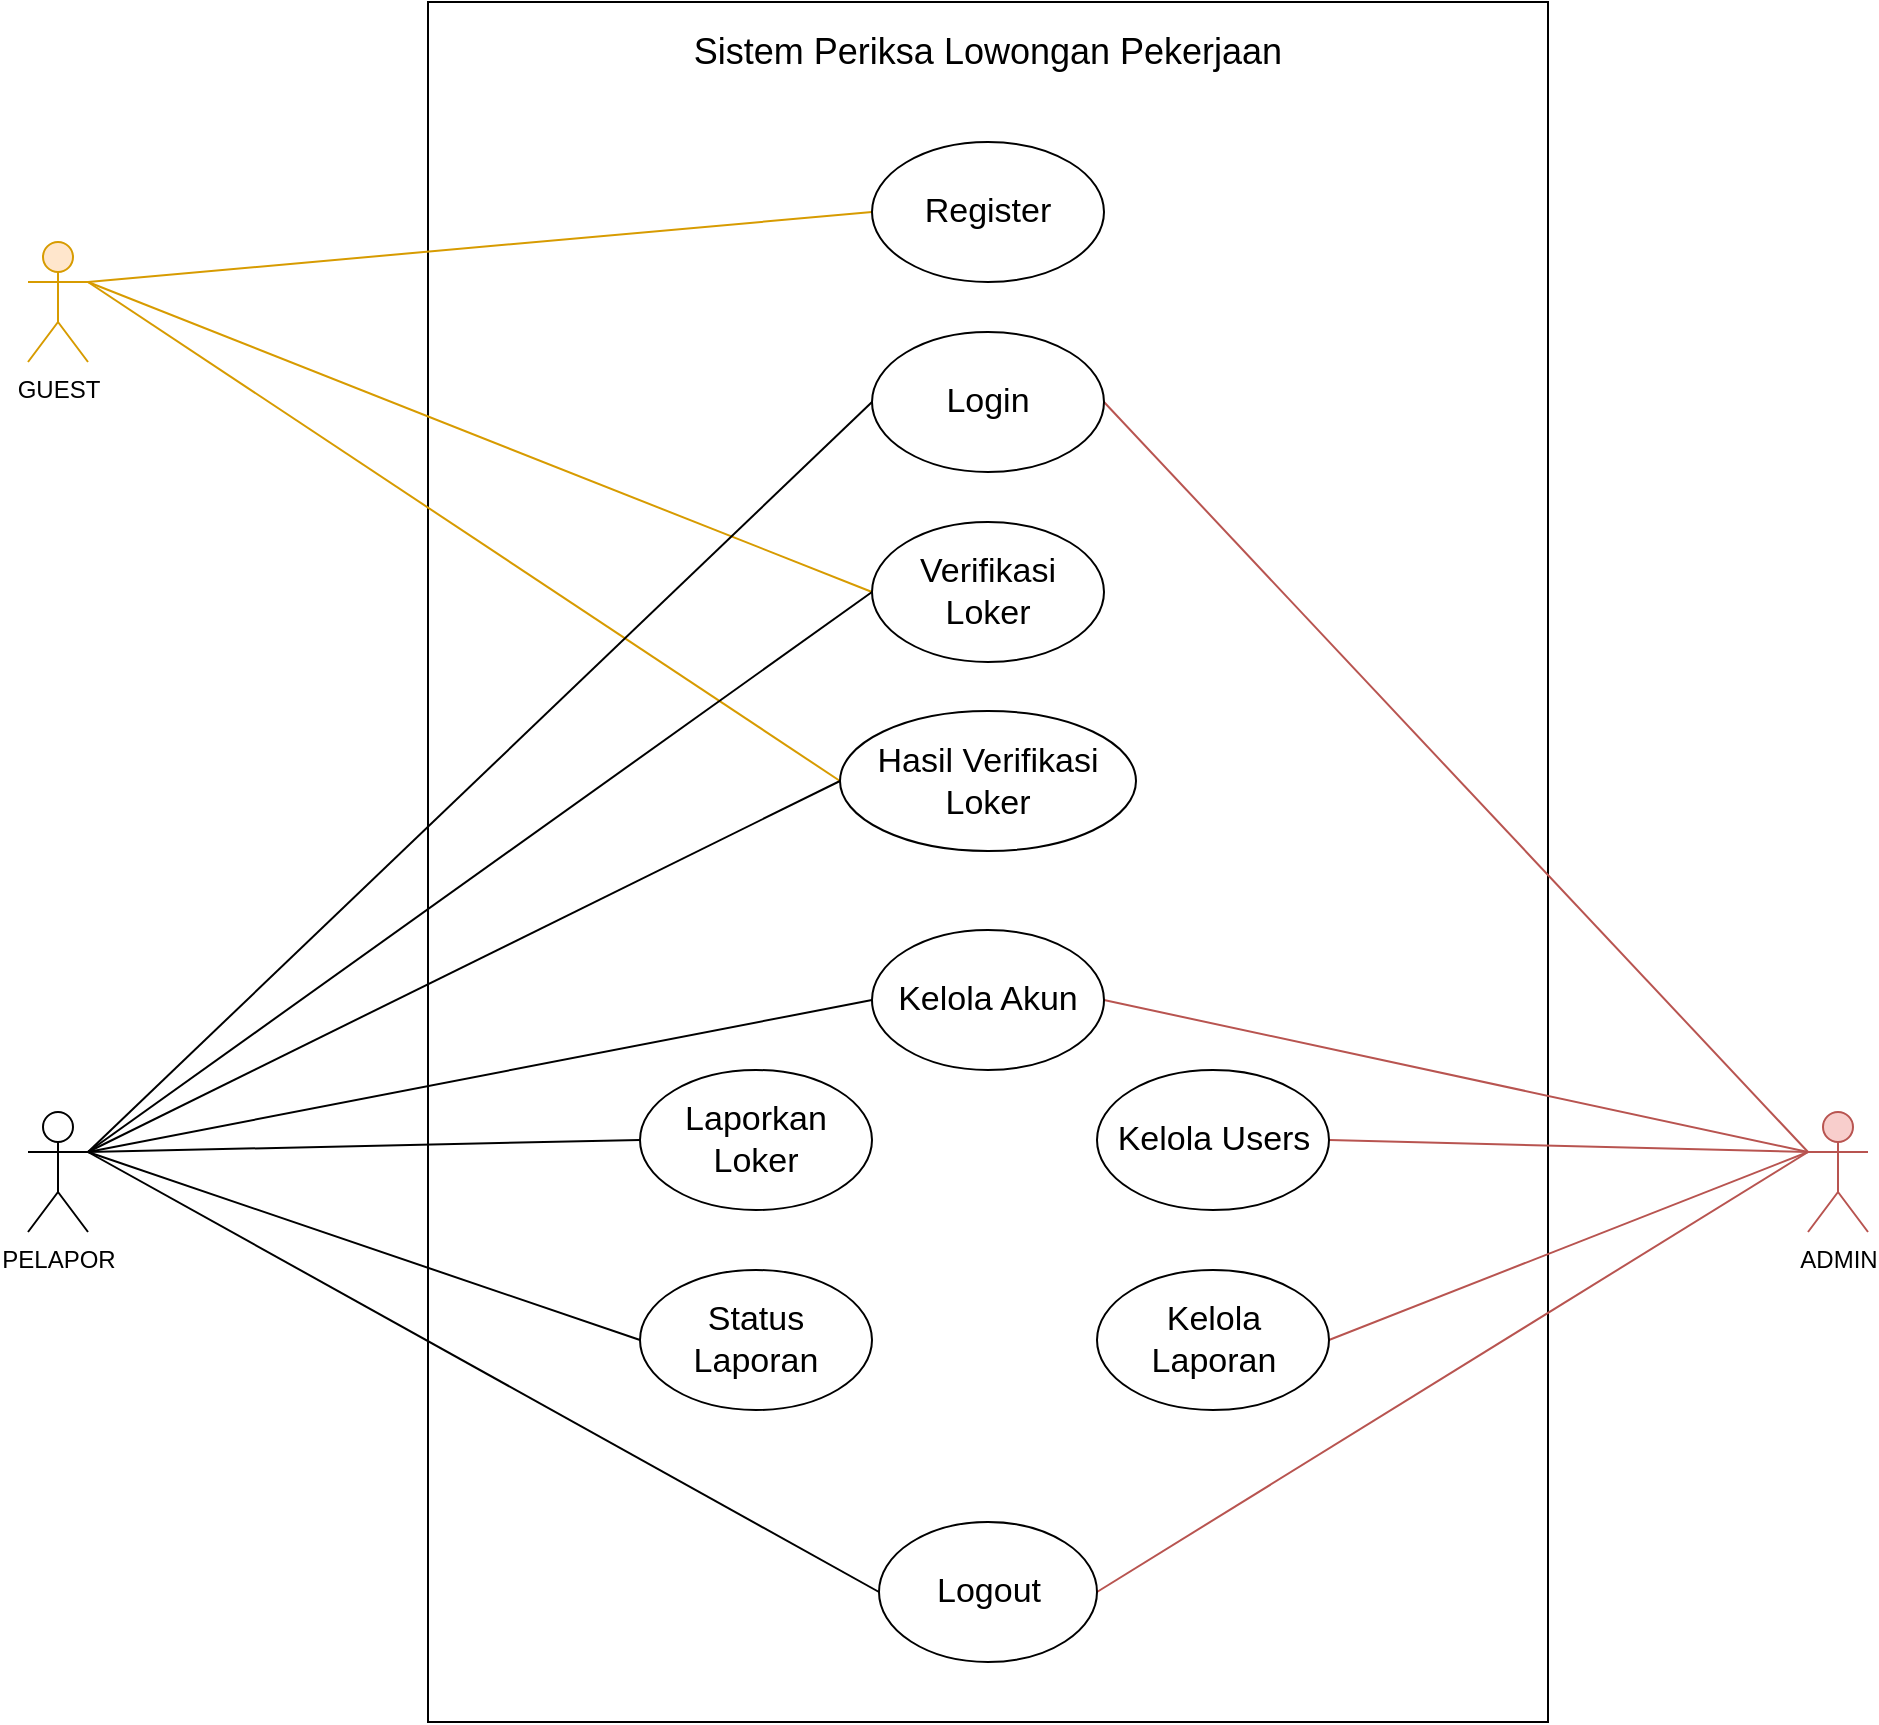
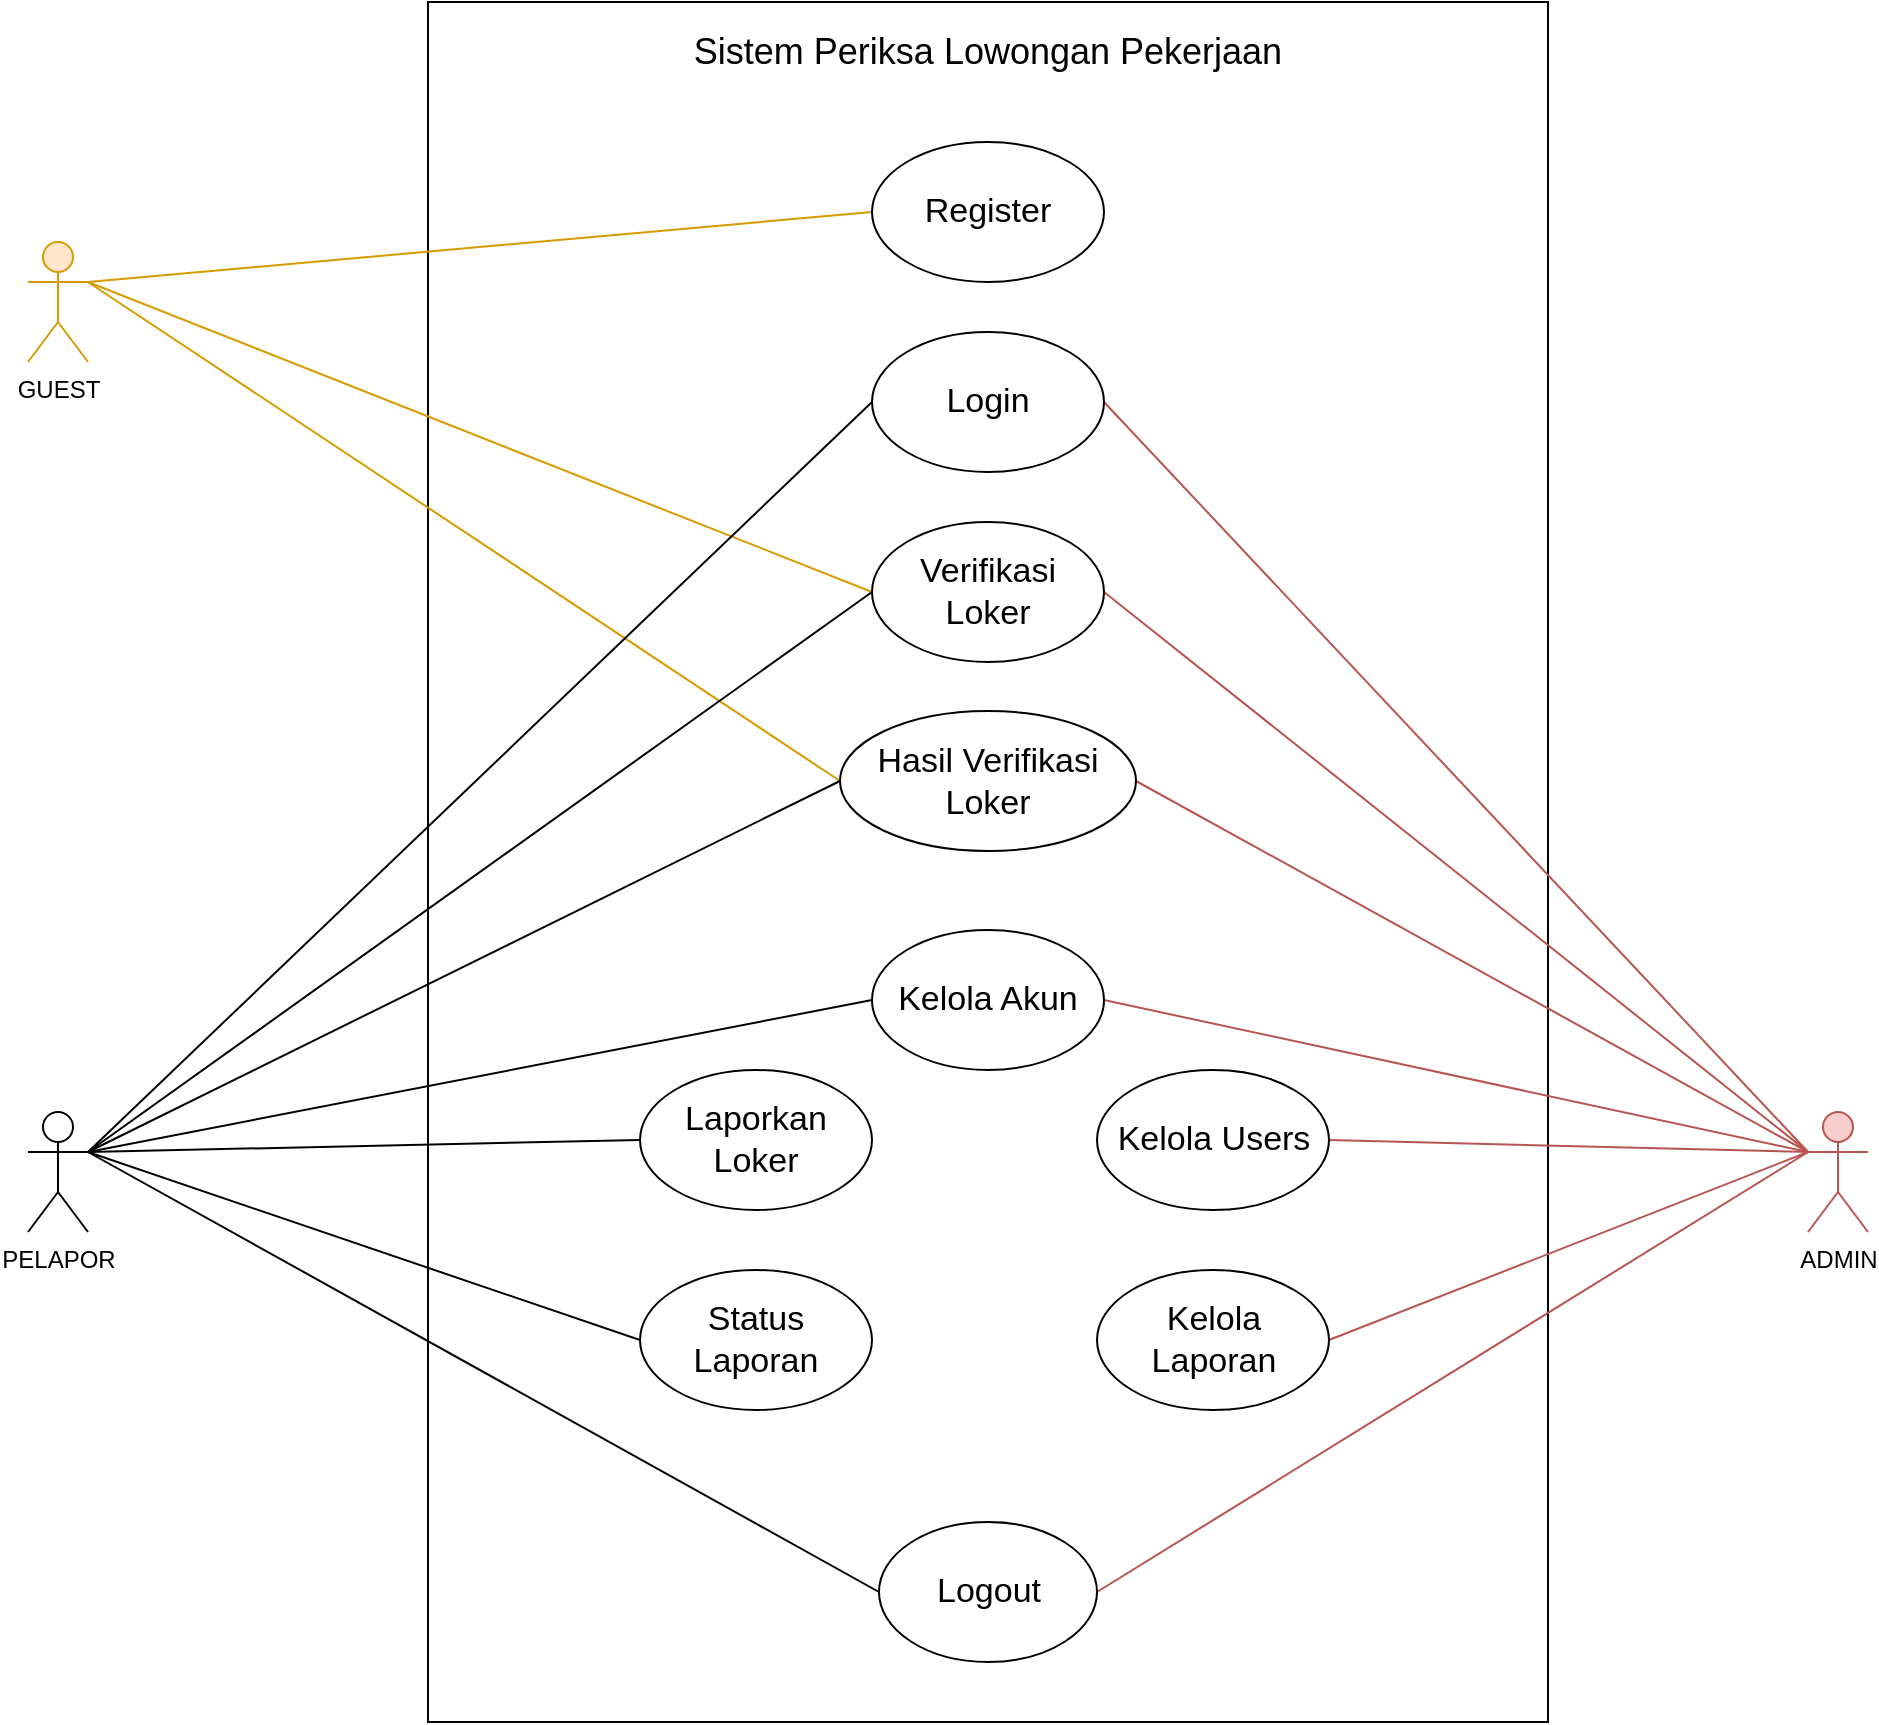
<mxfile host="app.diagrams.net">
  <diagram name="Page-1" id="ffiCpCXoxd-8fk6BLKT6">
    <mxGraphModel dx="3761" dy="1061" grid="1" gridSize="10" guides="1" tooltips="1" connect="1" arrows="1" fold="1" page="1" pageScale="1" pageWidth="827" pageHeight="1169" math="0" shadow="0">
      <root>
        <mxCell id="0" />
        <mxCell id="1" parent="0" />
        <mxCell id="hAiGVOQPmPoLGkg3YBtA-2" parent="1" style="rounded=0;whiteSpace=wrap;html=1;direction=south;" value="" vertex="1">
          <mxGeometry height="860" width="560" x="160" y="160" as="geometry" />
        </mxCell>
        <mxCell id="hAiGVOQPmPoLGkg3YBtA-3" parent="1" style="text;html=1;whiteSpace=wrap;strokeColor=none;fillColor=none;align=center;verticalAlign=middle;rounded=0;" value="&lt;font style=&quot;font-size: 18px;&quot;&gt;Sistem Periksa Lowongan Pekerjaan&lt;/font&gt;" vertex="1">
          <mxGeometry height="30" width="560" x="160" y="170" as="geometry" />
        </mxCell>
        <mxCell id="hAiGVOQPmPoLGkg3YBtA-30" edge="1" parent="1" source="hAiGVOQPmPoLGkg3YBtA-4" style="edgeStyle=none;shape=connector;rounded=0;orthogonalLoop=1;jettySize=auto;html=1;exitX=1;exitY=0.3333333333333333;exitDx=0;exitDy=0;exitPerimeter=0;entryX=0;entryY=0.5;entryDx=0;entryDy=0;strokeColor=#d79b00;align=center;verticalAlign=middle;fontFamily=Helvetica;fontSize=11;fontColor=default;fontStyle=0;labelBackgroundColor=default;endArrow=none;endFill=0;fillColor=#ffe6cc;" target="hAiGVOQPmPoLGkg3YBtA-9">
          <mxGeometry relative="1" as="geometry" />
        </mxCell>
        <mxCell id="hAiGVOQPmPoLGkg3YBtA-31" edge="1" parent="1" source="hAiGVOQPmPoLGkg3YBtA-4" style="edgeStyle=none;shape=connector;rounded=0;orthogonalLoop=1;jettySize=auto;html=1;exitX=1;exitY=0.3333333333333333;exitDx=0;exitDy=0;exitPerimeter=0;entryX=0;entryY=0.5;entryDx=0;entryDy=0;strokeColor=#d79b00;align=center;verticalAlign=middle;fontFamily=Helvetica;fontSize=11;fontColor=default;fontStyle=0;labelBackgroundColor=default;endArrow=none;endFill=0;fillColor=#ffe6cc;" target="hAiGVOQPmPoLGkg3YBtA-12">
          <mxGeometry relative="1" as="geometry" />
        </mxCell>
        <mxCell id="hAiGVOQPmPoLGkg3YBtA-32" edge="1" parent="1" source="hAiGVOQPmPoLGkg3YBtA-4" style="edgeStyle=none;shape=connector;rounded=0;orthogonalLoop=1;jettySize=auto;html=1;exitX=1;exitY=0.3333333333333333;exitDx=0;exitDy=0;exitPerimeter=0;entryX=0;entryY=0.5;entryDx=0;entryDy=0;strokeColor=#d79b00;align=center;verticalAlign=middle;fontFamily=Helvetica;fontSize=11;fontColor=default;fontStyle=0;labelBackgroundColor=default;endArrow=none;endFill=0;fillColor=#ffe6cc;" target="hAiGVOQPmPoLGkg3YBtA-13">
          <mxGeometry relative="1" as="geometry" />
        </mxCell>
        <mxCell id="hAiGVOQPmPoLGkg3YBtA-4" parent="1" style="shape=umlActor;verticalLabelPosition=bottom;verticalAlign=top;html=1;outlineConnect=0;fillColor=#ffe6cc;strokeColor=#d79b00;" value="GUEST" vertex="1">
          <mxGeometry height="60" width="30" x="-40" y="280" as="geometry" />
        </mxCell>
        <mxCell id="hAiGVOQPmPoLGkg3YBtA-35" edge="1" parent="1" source="hAiGVOQPmPoLGkg3YBtA-5" style="edgeStyle=none;shape=connector;rounded=0;orthogonalLoop=1;jettySize=auto;html=1;exitX=1;exitY=0.3333333333333333;exitDx=0;exitDy=0;exitPerimeter=0;entryX=0;entryY=0.5;entryDx=0;entryDy=0;strokeColor=default;align=center;verticalAlign=middle;fontFamily=Helvetica;fontSize=11;fontColor=default;fontStyle=0;labelBackgroundColor=default;endArrow=none;endFill=0;" target="hAiGVOQPmPoLGkg3YBtA-11">
          <mxGeometry relative="1" as="geometry" />
        </mxCell>
        <mxCell id="hAiGVOQPmPoLGkg3YBtA-36" edge="1" parent="1" source="hAiGVOQPmPoLGkg3YBtA-5" style="edgeStyle=none;shape=connector;rounded=0;orthogonalLoop=1;jettySize=auto;html=1;exitX=1;exitY=0.3333333333333333;exitDx=0;exitDy=0;exitPerimeter=0;entryX=0;entryY=0.5;entryDx=0;entryDy=0;strokeColor=default;align=center;verticalAlign=middle;fontFamily=Helvetica;fontSize=11;fontColor=default;fontStyle=0;labelBackgroundColor=default;endArrow=none;endFill=0;" target="hAiGVOQPmPoLGkg3YBtA-12">
          <mxGeometry relative="1" as="geometry" />
        </mxCell>
        <mxCell id="hAiGVOQPmPoLGkg3YBtA-37" edge="1" parent="1" source="hAiGVOQPmPoLGkg3YBtA-5" style="edgeStyle=none;shape=connector;rounded=0;orthogonalLoop=1;jettySize=auto;html=1;exitX=1;exitY=0.3333333333333333;exitDx=0;exitDy=0;exitPerimeter=0;entryX=0;entryY=0.5;entryDx=0;entryDy=0;strokeColor=default;align=center;verticalAlign=middle;fontFamily=Helvetica;fontSize=11;fontColor=default;fontStyle=0;labelBackgroundColor=default;endArrow=none;endFill=0;" target="hAiGVOQPmPoLGkg3YBtA-13">
          <mxGeometry relative="1" as="geometry" />
        </mxCell>
        <mxCell id="hAiGVOQPmPoLGkg3YBtA-40" edge="1" parent="1" source="hAiGVOQPmPoLGkg3YBtA-5" style="edgeStyle=none;shape=connector;rounded=0;orthogonalLoop=1;jettySize=auto;html=1;exitX=1;exitY=0.3333333333333333;exitDx=0;exitDy=0;exitPerimeter=0;entryX=0;entryY=0.5;entryDx=0;entryDy=0;strokeColor=default;align=center;verticalAlign=middle;fontFamily=Helvetica;fontSize=11;fontColor=default;fontStyle=0;labelBackgroundColor=default;endArrow=none;endFill=0;" target="hAiGVOQPmPoLGkg3YBtA-16">
          <mxGeometry relative="1" as="geometry" />
        </mxCell>
        <mxCell id="hAiGVOQPmPoLGkg3YBtA-41" edge="1" parent="1" source="hAiGVOQPmPoLGkg3YBtA-5" style="edgeStyle=none;shape=connector;rounded=0;orthogonalLoop=1;jettySize=auto;html=1;exitX=1;exitY=0.3333333333333333;exitDx=0;exitDy=0;exitPerimeter=0;entryX=0;entryY=0.5;entryDx=0;entryDy=0;strokeColor=default;align=center;verticalAlign=middle;fontFamily=Helvetica;fontSize=11;fontColor=default;fontStyle=0;labelBackgroundColor=default;endArrow=none;endFill=0;" target="hAiGVOQPmPoLGkg3YBtA-17">
          <mxGeometry relative="1" as="geometry" />
        </mxCell>
        <mxCell id="hAiGVOQPmPoLGkg3YBtA-42" edge="1" parent="1" source="hAiGVOQPmPoLGkg3YBtA-5" style="edgeStyle=none;shape=connector;rounded=0;orthogonalLoop=1;jettySize=auto;html=1;exitX=1;exitY=0.3333333333333333;exitDx=0;exitDy=0;exitPerimeter=0;entryX=0;entryY=0.5;entryDx=0;entryDy=0;strokeColor=default;align=center;verticalAlign=middle;fontFamily=Helvetica;fontSize=11;fontColor=default;fontStyle=0;labelBackgroundColor=default;endArrow=none;endFill=0;" target="hAiGVOQPmPoLGkg3YBtA-18">
          <mxGeometry relative="1" as="geometry" />
        </mxCell>
        <mxCell id="hAiGVOQPmPoLGkg3YBtA-43" edge="1" parent="1" source="hAiGVOQPmPoLGkg3YBtA-5" style="edgeStyle=none;shape=connector;rounded=0;orthogonalLoop=1;jettySize=auto;html=1;exitX=1;exitY=0.3333333333333333;exitDx=0;exitDy=0;exitPerimeter=0;entryX=0;entryY=0.5;entryDx=0;entryDy=0;strokeColor=default;align=center;verticalAlign=middle;fontFamily=Helvetica;fontSize=11;fontColor=default;fontStyle=0;labelBackgroundColor=default;endArrow=none;endFill=0;" target="hAiGVOQPmPoLGkg3YBtA-14">
          <mxGeometry relative="1" as="geometry" />
        </mxCell>
        <mxCell id="hAiGVOQPmPoLGkg3YBtA-5" parent="1" style="shape=umlActor;verticalLabelPosition=bottom;verticalAlign=top;html=1;outlineConnect=0;" value="PELAPOR" vertex="1">
          <mxGeometry height="60" width="30" x="-40" y="715" as="geometry" />
        </mxCell>
        <mxCell id="hAiGVOQPmPoLGkg3YBtA-44" edge="1" parent="1" source="hAiGVOQPmPoLGkg3YBtA-6" style="edgeStyle=none;shape=connector;rounded=0;orthogonalLoop=1;jettySize=auto;html=1;exitX=0;exitY=0.3333333333333333;exitDx=0;exitDy=0;exitPerimeter=0;entryX=1;entryY=0.5;entryDx=0;entryDy=0;strokeColor=#b85450;align=center;verticalAlign=middle;fontFamily=Helvetica;fontSize=11;fontColor=default;fontStyle=0;labelBackgroundColor=default;endArrow=none;endFill=0;fillColor=#f8cecc;" target="hAiGVOQPmPoLGkg3YBtA-11">
          <mxGeometry relative="1" as="geometry" />
        </mxCell>
        <mxCell id="hAiGVOQPmPoLGkg3YBtA-45" edge="1" parent="1" source="hAiGVOQPmPoLGkg3YBtA-6" style="edgeStyle=none;shape=connector;rounded=0;orthogonalLoop=1;jettySize=auto;html=1;exitX=0;exitY=0.3333333333333333;exitDx=0;exitDy=0;exitPerimeter=0;entryX=1;entryY=0.5;entryDx=0;entryDy=0;strokeColor=#b85450;align=center;verticalAlign=middle;fontFamily=Helvetica;fontSize=11;fontColor=default;fontStyle=0;labelBackgroundColor=default;endArrow=none;endFill=0;fillColor=#f8cecc;" target="hAiGVOQPmPoLGkg3YBtA-18">
          <mxGeometry relative="1" as="geometry" />
        </mxCell>
        <mxCell id="hAiGVOQPmPoLGkg3YBtA-46" edge="1" parent="1" source="hAiGVOQPmPoLGkg3YBtA-6" style="edgeStyle=none;shape=connector;rounded=0;orthogonalLoop=1;jettySize=auto;html=1;exitX=0;exitY=0.3333333333333333;exitDx=0;exitDy=0;exitPerimeter=0;entryX=1;entryY=0.5;entryDx=0;entryDy=0;strokeColor=#b85450;align=center;verticalAlign=middle;fontFamily=Helvetica;fontSize=11;fontColor=default;fontStyle=0;labelBackgroundColor=default;endArrow=none;endFill=0;fillColor=#f8cecc;" target="hAiGVOQPmPoLGkg3YBtA-20">
          <mxGeometry relative="1" as="geometry" />
        </mxCell>
        <mxCell id="hAiGVOQPmPoLGkg3YBtA-47" edge="1" parent="1" source="hAiGVOQPmPoLGkg3YBtA-6" style="edgeStyle=none;shape=connector;rounded=0;orthogonalLoop=1;jettySize=auto;html=1;exitX=0;exitY=0.3333333333333333;exitDx=0;exitDy=0;exitPerimeter=0;entryX=1;entryY=0.5;entryDx=0;entryDy=0;strokeColor=#b85450;align=center;verticalAlign=middle;fontFamily=Helvetica;fontSize=11;fontColor=default;fontStyle=0;labelBackgroundColor=default;endArrow=none;endFill=0;fillColor=#f8cecc;" target="hAiGVOQPmPoLGkg3YBtA-21">
          <mxGeometry relative="1" as="geometry" />
        </mxCell>
        <mxCell id="hAiGVOQPmPoLGkg3YBtA-48" edge="1" parent="1" source="hAiGVOQPmPoLGkg3YBtA-6" style="edgeStyle=none;shape=connector;rounded=0;orthogonalLoop=1;jettySize=auto;html=1;exitX=0;exitY=0.3333333333333333;exitDx=0;exitDy=0;exitPerimeter=0;entryX=1;entryY=0.5;entryDx=0;entryDy=0;strokeColor=#b85450;align=center;verticalAlign=middle;fontFamily=Helvetica;fontSize=11;fontColor=default;fontStyle=0;labelBackgroundColor=default;endArrow=none;endFill=0;fillColor=#f8cecc;" target="hAiGVOQPmPoLGkg3YBtA-14">
          <mxGeometry relative="1" as="geometry" />
        </mxCell>
+         <mxCell id="hAiGVOQPmPoLGkg3YBtA-49" edge="1" parent="1" source="hAiGVOQPmPoLGkg3YBtA-6" style="edgeStyle=none;shape=connector;rounded=0;orthogonalLoop=1;jettySize=auto;html=1;exitX=0;exitY=0.3333333333333333;exitDx=0;exitDy=0;exitPerimeter=0;entryX=1;entryY=0.5;entryDx=0;entryDy=0;strokeColor=#b85450;align=center;verticalAlign=middle;fontFamily=Helvetica;fontSize=11;fontColor=default;fontStyle=0;labelBackgroundColor=default;endArrow=none;endFill=0;fillColor=#f8cecc;" target="hAiGVOQPmPoLGkg3YBtA-12">
+           <mxGeometry relative="1" as="geometry" />
+         </mxCell>
+         <mxCell id="hAiGVOQPmPoLGkg3YBtA-50" edge="1" parent="1" source="hAiGVOQPmPoLGkg3YBtA-6" style="edgeStyle=none;shape=connector;rounded=0;orthogonalLoop=1;jettySize=auto;html=1;exitX=0;exitY=0.3333333333333333;exitDx=0;exitDy=0;exitPerimeter=0;entryX=1;entryY=0.5;entryDx=0;entryDy=0;strokeColor=#b85450;align=center;verticalAlign=middle;fontFamily=Helvetica;fontSize=11;fontColor=default;fontStyle=0;labelBackgroundColor=default;endArrow=none;endFill=0;fillColor=#f8cecc;" target="hAiGVOQPmPoLGkg3YBtA-13">
+           <mxGeometry relative="1" as="geometry" />
+         </mxCell>
        <mxCell id="hAiGVOQPmPoLGkg3YBtA-6" parent="1" style="shape=umlActor;verticalLabelPosition=bottom;verticalAlign=top;html=1;outlineConnect=0;fillColor=#f8cecc;strokeColor=#b85450;" value="ADMIN" vertex="1">
          <mxGeometry height="60" width="30" x="850" y="715" as="geometry" />
        </mxCell>
        <mxCell id="hAiGVOQPmPoLGkg3YBtA-9" parent="1" style="ellipse;whiteSpace=wrap;html=1;" value="&lt;font style=&quot;font-size: 17px;&quot;&gt;Register&lt;/font&gt;" vertex="1">
          <mxGeometry height="70" width="116" x="382" y="230" as="geometry" />
        </mxCell>
        <mxCell id="hAiGVOQPmPoLGkg3YBtA-11" parent="1" style="ellipse;whiteSpace=wrap;html=1;" value="&lt;font style=&quot;font-size: 17px;&quot;&gt;Login&lt;/font&gt;" vertex="1">
          <mxGeometry height="70" width="116" x="382" y="325" as="geometry" />
        </mxCell>
        <mxCell id="hAiGVOQPmPoLGkg3YBtA-12" parent="1" style="ellipse;whiteSpace=wrap;html=1;" value="&lt;span style=&quot;font-size: 17px;&quot;&gt;Verifikasi Loker&lt;/span&gt;" vertex="1">
          <mxGeometry height="70" width="116" x="382" y="420" as="geometry" />
        </mxCell>
        <mxCell id="hAiGVOQPmPoLGkg3YBtA-13" parent="1" style="ellipse;whiteSpace=wrap;html=1;" value="&lt;span style=&quot;font-size: 17px;&quot;&gt;Hasil Verifikasi Loker&lt;/span&gt;" vertex="1">
          <mxGeometry height="70" width="148" x="366" y="514.5" as="geometry" />
        </mxCell>
        <mxCell id="hAiGVOQPmPoLGkg3YBtA-14" parent="1" style="ellipse;whiteSpace=wrap;html=1;" value="&lt;font style=&quot;font-size: 17px;&quot;&gt;Logout&lt;/font&gt;" vertex="1">
          <mxGeometry height="70" width="109" x="385.5" y="920" as="geometry" />
        </mxCell>
        <mxCell id="hAiGVOQPmPoLGkg3YBtA-16" parent="1" style="ellipse;whiteSpace=wrap;html=1;" value="&lt;font style=&quot;font-size: 17px;&quot;&gt;Laporkan Loker&lt;/font&gt;" vertex="1">
          <mxGeometry height="70" width="116" x="266" y="694" as="geometry" />
        </mxCell>
        <mxCell id="hAiGVOQPmPoLGkg3YBtA-17" parent="1" style="ellipse;whiteSpace=wrap;html=1;" value="&lt;font style=&quot;font-size: 17px;&quot;&gt;Status Laporan&lt;/font&gt;" vertex="1">
          <mxGeometry height="70" width="116" x="266" y="794" as="geometry" />
        </mxCell>
        <mxCell id="hAiGVOQPmPoLGkg3YBtA-18" parent="1" style="ellipse;whiteSpace=wrap;html=1;" value="&lt;font style=&quot;font-size: 17px;&quot;&gt;Kelola Akun&lt;/font&gt;" vertex="1">
          <mxGeometry height="70" width="116" x="382" y="624" as="geometry" />
        </mxCell>
        <mxCell id="hAiGVOQPmPoLGkg3YBtA-20" parent="1" style="ellipse;whiteSpace=wrap;html=1;" value="&lt;font style=&quot;font-size: 17px;&quot;&gt;Kelola Users&lt;/font&gt;&lt;span style=&quot;color: rgba(0, 0, 0, 0); font-family: monospace; font-size: 0px; text-align: start; white-space: nowrap;&quot;&gt;%3CmxGraphModel%3E%3Croot%3E%3CmxCell%20id%3D%220%22%2F%3E%3CmxCell%20id%3D%221%22%20parent%3D%220%22%2F%3E%3CmxCell%20id%3D%222%22%20parent%3D%221%22%20style%3D%22ellipse%3BwhiteSpace%3Dwrap%3Bhtml%3D1%3B%22%20value%3D%22%26lt%3Bfont%20style%3D%26quot%3Bfont-size%3A%2017px%3B%26quot%3B%26gt%3BLaporkan%20Loker%26lt%3B%2Ffont%26gt%3B%22%20vertex%3D%221%22%3E%3CmxGeometry%20height%3D%2270%22%20width%3D%22116%22%20x%3D%22210%22%20y%3D%22820%22%20as%3D%22geometry%22%2F%3E%3C%2FmxCell%3E%3C%2Froot%3E%3C%2FmxGraphModel%3E&lt;/span&gt;" vertex="1">
          <mxGeometry height="70" width="116" x="494.5" y="694" as="geometry" />
        </mxCell>
        <mxCell id="hAiGVOQPmPoLGkg3YBtA-21" parent="1" style="ellipse;whiteSpace=wrap;html=1;" value="&lt;span style=&quot;font-size: 17px;&quot;&gt;Kelola Laporan&lt;/span&gt;" vertex="1">
          <mxGeometry height="70" width="116" x="494.5" y="794" as="geometry" />
        </mxCell>
      </root>
    </mxGraphModel>
  </diagram>
</mxfile>
